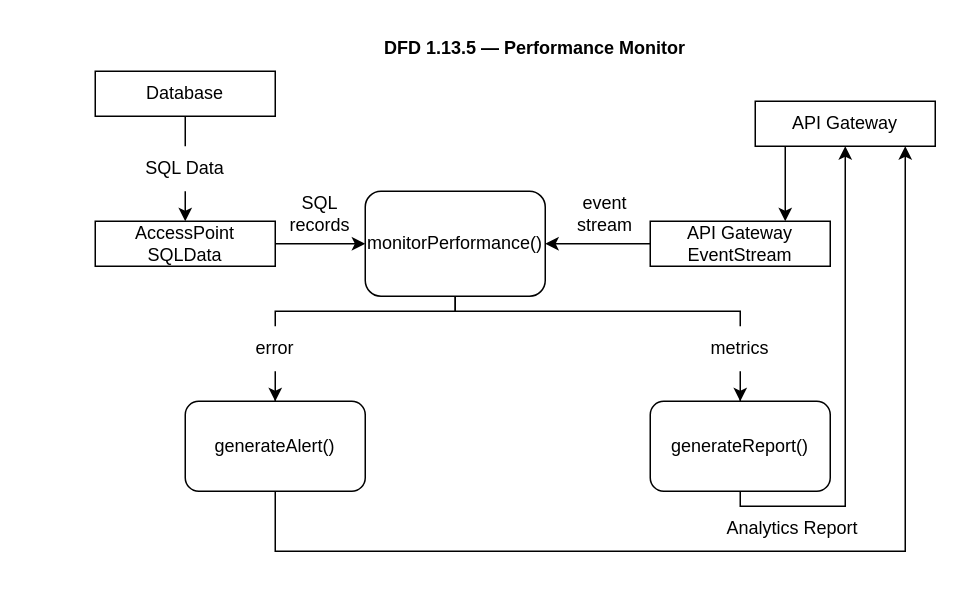
The draw.io diagram 03_Team_Work/Team5/Milestone_3_Components/IC_Done/AGS_M3_Team5_PerformanceMonitorDFD_v01.drawio in JmmonJeremy/CareerBound-SDD, before the edit. Source tidied: cells renumbered, new cells numbered last; positions are measured from the earlier drawing's top-left corner, leaving out a move shared by most shapes. Both pictures are drawn from the tidied source at 150%, with x=0, y=0 at pixel (94, 26).
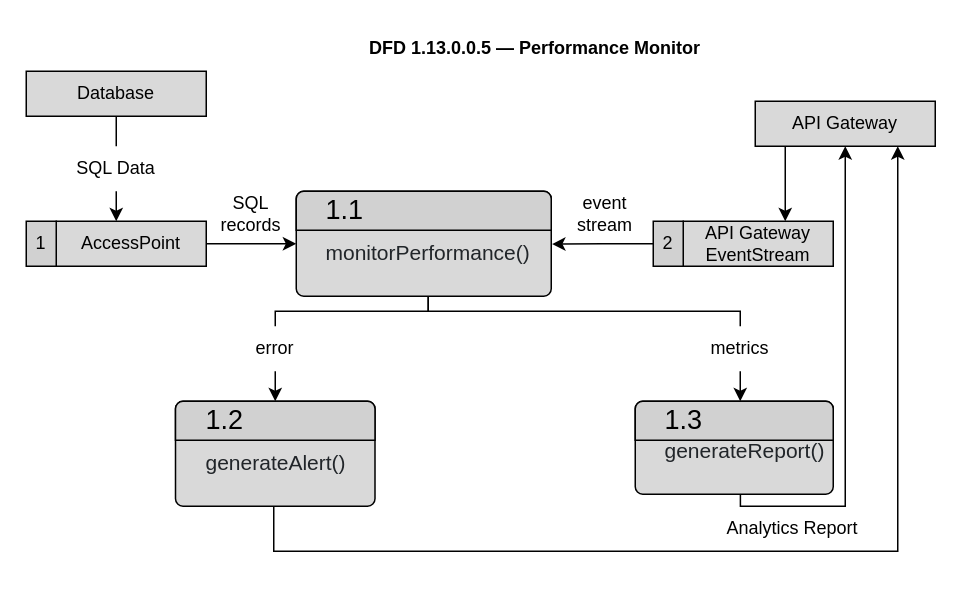
After the change.

Commit message (it also covers changes not shown here):
Team 5 Updated diagrams ESO and PM

The change refers to these unchanged cells:
```xml
<mxCell id="13" value="error" style="text;html=1;whiteSpace=wrap;strokeColor=none;fillColor=none;align=center;verticalAlign=middle;rounded=0;" parent="1" vertex="1">
  <mxGeometry x="90" y="200" width="60" height="30" as="geometry" />
</mxCell>
<mxCell id="15" value="metrics" style="text;html=1;whiteSpace=wrap;strokeColor=none;fillColor=none;align=center;verticalAlign=middle;rounded=0;" parent="1" vertex="1">
  <mxGeometry x="400" y="200" width="60" height="30" as="geometry" />
</mxCell>
```

What changed in the source:
```diff
@@
-    <mxCell id="3" value="Database" style="rounded=0;whiteSpace=wrap;html=1;" parent="1" vertex="1">
-      <mxGeometry y="30" width="120" height="30" as="geometry" />
+    <mxCell id="3" value="Database" style="rounded=0;whiteSpace=wrap;html=1;fillColor=#D9D9D9;" parent="1" vertex="1">
+      <mxGeometry x="-46" y="30" width="120" height="30" as="geometry" />
     </mxCell>
-    <mxCell id="4" style="edgeStyle=orthogonalEdgeStyle;rounded=0;jettySize=auto;html=1;entryX=0.5;entryY=0;entryDx=0;entryDy=0;endArrow=none;endFill=0;" parent="1" edge="1" source="6" target="13">
+    <mxCell id="4" style="edgeStyle=orthogonalEdgeStyle;rounded=0;jettySize=auto;html=1;entryX=0.5;entryY=0;entryDx=0;entryDy=0;endArrow=none;endFill=0;" parent="1" edge="1" target="13">
       <mxGeometry relative="1" as="geometry">
+        <mxPoint x="240" y="180" as="sourcePoint" />
         <Array as="points">
-          <mxPoint x="240" y="190" />
+          <mxPoint x="222" y="180" />
+          <mxPoint x="222" y="190" />
           <mxPoint x="120" y="190" />
         </Array>
       </mxGeometry>
     </mxCell>
-    <mxCell id="5" style="edgeStyle=orthogonalEdgeStyle;rounded=0;jettySize=auto;html=1;endArrow=none;endFill=0;" parent="1" edge="1" source="6" target="15">
+    <mxCell id="5" style="edgeStyle=orthogonalEdgeStyle;rounded=0;jettySize=auto;html=1;endArrow=none;endFill=0;" parent="1" edge="1" target="15">
       <mxGeometry relative="1" as="geometry">
+        <mxPoint x="240" y="180" as="sourcePoint" />
         <Array as="points">
-          <mxPoint x="240" y="190" />
+          <mxPoint x="222" y="180" />
+          <mxPoint x="222" y="190" />
           <mxPoint x="430" y="190" />
         </Array>
       </mxGeometry>
     </mxCell>
-    <mxCell id="6" value="monitorPerformance()" style="rounded=1;whiteSpace=wrap;html=1;" parent="1" vertex="1">
-      <mxGeometry x="180" y="110" width="120" height="70" as="geometry" />
-    </mxCell>
-    <mxCell id="7" value="generateAlert()" style="rounded=1;whiteSpace=wrap;html=1;" parent="1" vertex="1">
-      <mxGeometry x="60" y="250" width="120" height="60" as="geometry" />
-    </mxCell>
-    <mxCell id="8" style="edgeStyle=orthogonalEdgeStyle;rounded=0;jettySize=auto;html=1;entryX=0.5;entryY=1;entryDx=0;entryDy=0;" parent="1" edge="1" source="9" target="11">
+    <mxCell id="8" style="edgeStyle=orthogonalEdgeStyle;rounded=0;jettySize=auto;html=1;entryX=0.5;entryY=1;entryDx=0;entryDy=0;" parent="1" edge="1" target="11">
       <mxGeometry relative="1" as="geometry">
+        <mxPoint x="430.1" y="310" as="sourcePoint" />
         <Array as="points">
           <mxPoint x="430" y="320" />
           <mxPoint x="500" y="320" />
         </Array>
       </mxGeometry>
     </mxCell>
-    <mxCell id="9" value="generateReport()" style="rounded=1;whiteSpace=wrap;html=1;" parent="1" vertex="1">
-      <mxGeometry x="370" y="250" width="120" height="60" as="geometry" />
-    </mxCell>
-    <mxCell id="10" style="edgeStyle=orthogonalEdgeStyle;rounded=0;jettySize=auto;html=1;entryX=0.75;entryY=0;entryDx=0;entryDy=0;" parent="1" edge="1" source="11" target="18">
+    <mxCell id="10" style="edgeStyle=orthogonalEdgeStyle;rounded=0;jettySize=auto;html=1;entryX=0.75;entryY=0;entryDx=0;entryDy=0;" parent="1" edge="1" source="11">
       <mxGeometry relative="1" as="geometry">
+        <mxPoint x="460" y="130" as="targetPoint" />
         <Array as="points">
           <mxPoint x="460" y="100" />
           <mxPoint x="460" y="100" />
         </Array>
       </mxGeometry>
     </mxCell>
-    <mxCell id="11" value="API Gateway" style="rounded=0;whiteSpace=wrap;html=1;" parent="1" vertex="1">
+    <mxCell id="11" value="API Gateway" style="rounded=0;whiteSpace=wrap;html=1;fillColor=#D9D9D9;" parent="1" vertex="1">
       <mxGeometry x="440" y="50" width="120" height="30" as="geometry" />
     </mxCell>
-    <mxCell id="12" style="edgeStyle=orthogonalEdgeStyle;rounded=0;jettySize=auto;html=1;entryX=0.5;entryY=0;entryDx=0;entryDy=0;" parent="1" edge="1" source="13" target="7">
-      <mxGeometry relative="1" as="geometry" />
+    <mxCell id="12" style="edgeStyle=orthogonalEdgeStyle;rounded=0;jettySize=auto;html=1;entryX=0.5;entryY=0;entryDx=0;entryDy=0;" parent="1" edge="1" source="13">
+      <mxGeometry relative="1" as="geometry">
+        <mxPoint x="120" y="250" as="targetPoint" />
+      </mxGeometry>
     </mxCell>
@@
-    <mxCell id="14" style="edgeStyle=orthogonalEdgeStyle;rounded=0;jettySize=auto;html=1;entryX=0.5;entryY=0;entryDx=0;entryDy=0;" parent="1" edge="1" source="15" target="9">
-      <mxGeometry relative="1" as="geometry" />
+    <mxCell id="14" style="edgeStyle=orthogonalEdgeStyle;rounded=0;jettySize=auto;html=1;entryX=0.5;entryY=0;entryDx=0;entryDy=0;" parent="1" edge="1" source="15">
+      <mxGeometry relative="1" as="geometry">
+        <mxPoint x="430" y="250" as="targetPoint" />
+      </mxGeometry>
     </mxCell>
@@
-    <mxCell id="16" style="edgeStyle=orthogonalEdgeStyle;rounded=0;jettySize=auto;html=1;exitX=0.5;exitY=1;exitDx=0;exitDy=0;" parent="1" edge="1" source="7">
+    <mxCell id="16" style="edgeStyle=orthogonalEdgeStyle;rounded=0;orthogonalLoop=1;jettySize=auto;html=1;" parent="1" edge="1">
       <mxGeometry relative="1" as="geometry">
-        <mxPoint x="540" y="80" as="targetPoint" />
+        <mxPoint x="116" y="320" as="sourcePoint" />
+        <mxPoint x="535" y="80" as="targetPoint" />
         <Array as="points">
-          <mxPoint x="120" y="350" />
-          <mxPoint x="540" y="350" />
+          <mxPoint x="119" y="320" />
+          <mxPoint x="119" y="350" />
+          <mxPoint x="535" y="350" />
         </Array>
       </mxGeometry>
     </mxCell>
-    <mxCell id="17" style="edgeStyle=orthogonalEdgeStyle;rounded=0;jettySize=auto;html=1;entryX=1;entryY=0.5;entryDx=0;entryDy=0;" parent="1" edge="1" source="18" target="6">
-      <mxGeometry relative="1" as="geometry">
-        <Array as="points">
-          <mxPoint x="390" y="145" />
-          <mxPoint x="390" y="145" />
-        </Array>
-      </mxGeometry>
-    </mxCell>
-    <mxCell id="18" value="API Gateway EventStream" style="rounded=0;whiteSpace=wrap;html=1;" parent="1" vertex="1">
-      <mxGeometry x="370" y="130" width="120" height="30" as="geometry" />
-    </mxCell>
-    <mxCell id="19" style="edgeStyle=orthogonalEdgeStyle;rounded=0;jettySize=auto;html=1;exitX=1;exitY=0.5;exitDx=0;exitDy=0;entryX=0;entryY=0.5;entryDx=0;entryDy=0;" parent="1" edge="1" source="20" target="6">
-      <mxGeometry relative="1" as="geometry" />
+    <mxCell id="19" style="edgeStyle=orthogonalEdgeStyle;rounded=0;orthogonalLoop=1;jettySize=auto;html=1;exitX=1;exitY=0.5;exitDx=0;exitDy=0;entryX=0;entryY=0.5;entryDx=0;entryDy=0;" parent="1" edge="1">
+      <mxGeometry relative="1" as="geometry">
+        <mxPoint x="74" y="145" as="sourcePoint" />
+        <mxPoint x="134" y="145" as="targetPoint" />
+      </mxGeometry>
     </mxCell>
-    <mxCell id="20" value="AccessPoint SQLData" style="rounded=0;whiteSpace=wrap;html=1;" parent="1" vertex="1">
-      <mxGeometry y="130" width="120" height="30" as="geometry" />
-    </mxCell>
-    <mxCell id="21" style="edgeStyle=orthogonalEdgeStyle;rounded=0;jettySize=auto;html=1;exitX=0.5;exitY=1;exitDx=0;exitDy=0;entryX=0.5;entryY=0;entryDx=0;entryDy=0;" parent="1" edge="1" source="22" target="20">
-      <mxGeometry relative="1" as="geometry" />
+    <mxCell id="21" style="edgeStyle=orthogonalEdgeStyle;rounded=0;jettySize=auto;html=1;exitX=0.5;exitY=1;exitDx=0;exitDy=0;entryX=0.5;entryY=0;entryDx=0;entryDy=0;" parent="1" edge="1" source="22">
+      <mxGeometry relative="1" as="geometry">
+        <mxPoint x="14" y="130" as="targetPoint" />
+      </mxGeometry>
     </mxCell>
     <mxCell id="22" value="SQL Data" style="text;html=1;whiteSpace=wrap;strokeColor=none;fillColor=none;align=center;verticalAlign=middle;rounded=0;" parent="1" vertex="1">
-      <mxGeometry x="30" y="80" width="60" height="30" as="geometry" />
+      <mxGeometry x="-16" y="80" width="60" height="30" as="geometry" />
     </mxCell>
     <mxCell id="23" value="SQL records" style="text;html=1;whiteSpace=wrap;strokeColor=none;fillColor=none;align=center;verticalAlign=middle;rounded=0;" parent="1" vertex="1">
-      <mxGeometry x="120" y="110" width="60" height="30" as="geometry" />
+      <mxGeometry x="74" y="110" width="60" height="30" as="geometry" />
     </mxCell>
@@
-    <mxCell id="26" value="&lt;b&gt;DFD 1.13.5 — Performance Monitor&amp;nbsp;&lt;/b&gt;" style="text;html=1;whiteSpace=wrap;strokeColor=none;fillColor=none;align=center;verticalAlign=middle;rounded=0;" parent="1" vertex="1">
+    <mxCell id="26" value="&lt;b&gt;DFD 1.13.0.0.5 — Performance Monitor&amp;nbsp;&lt;/b&gt;" style="text;html=1;whiteSpace=wrap;strokeColor=none;fillColor=none;align=center;verticalAlign=middle;rounded=0;" parent="1" vertex="1">
       <mxGeometry x="150" width="290" height="30" as="geometry" />
     </mxCell>
+    <mxCell id="27" value="AccessPoint" style="rounded=0;whiteSpace=wrap;html=1;fillColor=#D9D9D9;" parent="1" vertex="1">
+      <mxGeometry x="-26" y="130" width="100" height="30" as="geometry" />
+    </mxCell>
+    <mxCell id="28" value="1" style="rounded=0;whiteSpace=wrap;html=1;fillColor=#D1D1D1;" parent="1" vertex="1">
+      <mxGeometry x="-46" y="130" width="20" height="30" as="geometry" />
+    </mxCell>
+    <mxCell id="18" value="API Gateway EventStream" style="rounded=0;whiteSpace=wrap;html=1;fillColor=#D9D9D9;" parent="1" vertex="1">
+      <mxGeometry x="392" y="130" width="100" height="30" as="geometry" />
+    </mxCell>
+    <mxCell id="29" value="2" style="rounded=0;whiteSpace=wrap;html=1;fillColor=#D1D1D1;" parent="1" vertex="1">
+      <mxGeometry x="372" y="130" width="20" height="30" as="geometry" />
+    </mxCell>
+    <mxCell id="6" value="monitorPerformance()" style="html=1;shadow=0;dashed=0;shape=mxgraph.bootstrap.rrect;rSize=5;strokeColor=#000000;html=1;whiteSpace=wrap;fillColor=#D9D9D9;fontColor=#212529;verticalAlign=bottom;align=left;spacing=20;spacingBottom=0;fontSize=14;" parent="1" vertex="1">
+      <mxGeometry x="134" y="110" width="170" height="70" as="geometry" />
+    </mxCell>
+    <mxCell id="30" value="&lt;font style=&quot;color: rgb(0, 0, 0);&quot;&gt;1.1&lt;/font&gt;" style="html=1;shadow=0;dashed=0;shape=mxgraph.bootstrap.topButton;rSize=5;perimeter=none;whiteSpace=wrap;fillColor=#D1D1D1;strokeColor=#000000;fontColor=#6C767D;fontSize=18;align=left;spacing=20;" parent="6" vertex="1">
+      <mxGeometry width="170" height="26" relative="1" as="geometry" />
+    </mxCell>
+    <mxCell id="31" style="edgeStyle=orthogonalEdgeStyle;rounded=0;jettySize=auto;html=1;entryX=1.003;entryY=0.503;entryDx=0;entryDy=0;entryPerimeter=0;" parent="1" edge="1" source="29" target="6">
+      <mxGeometry relative="1" as="geometry" />
+    </mxCell>
+    <mxCell id="7" value="generateAlert()" style="html=1;shadow=0;dashed=0;shape=mxgraph.bootstrap.rrect;rSize=5;strokeColor=#000000;html=1;whiteSpace=wrap;fillColor=#D9D9D9;fontColor=#212529;verticalAlign=bottom;align=left;spacing=20;spacingBottom=0;fontSize=14;" parent="1" vertex="1">
+      <mxGeometry x="53.5" y="250" width="133" height="70" as="geometry" />
+    </mxCell>
+    <mxCell id="32" value="&lt;font style=&quot;color: light-dark(rgb(0, 0, 0), rgb(0, 0, 0));&quot;&gt;1.2&lt;/font&gt;" style="html=1;shadow=0;dashed=0;shape=mxgraph.bootstrap.topButton;rSize=5;perimeter=none;whiteSpace=wrap;fillColor=#D1D1D1;strokeColor=#000000;fontColor=#6C767D;fontSize=18;align=left;spacing=20;" parent="7" vertex="1">
+      <mxGeometry width="133" height="26" relative="1" as="geometry" />
+    </mxCell>
+    <mxCell id="9" value="generateReport()" style="html=1;shadow=0;dashed=0;shape=mxgraph.bootstrap.rrect;rSize=5;strokeColor=#000000;html=1;whiteSpace=wrap;fillColor=#D9D9D9;fontColor=#212529;verticalAlign=bottom;align=left;spacing=20;spacingBottom=0;fontSize=14;" parent="1" vertex="1">
+      <mxGeometry x="360" y="250" width="132" height="62" as="geometry" />
+    </mxCell>
+    <mxCell id="33" value="&lt;font style=&quot;color: light-dark(rgb(0, 0, 0), rgb(0, 0, 0));&quot;&gt;1.3&lt;/font&gt;" style="html=1;shadow=0;dashed=0;shape=mxgraph.bootstrap.topButton;rSize=5;perimeter=none;whiteSpace=wrap;fillColor=#D1D1D1;strokeColor=#000000;fontColor=#6C767D;fontSize=18;align=left;spacing=20;" parent="9" vertex="1">
+      <mxGeometry width="132" height="26" relative="1" as="geometry" />
+    </mxCell>
```
